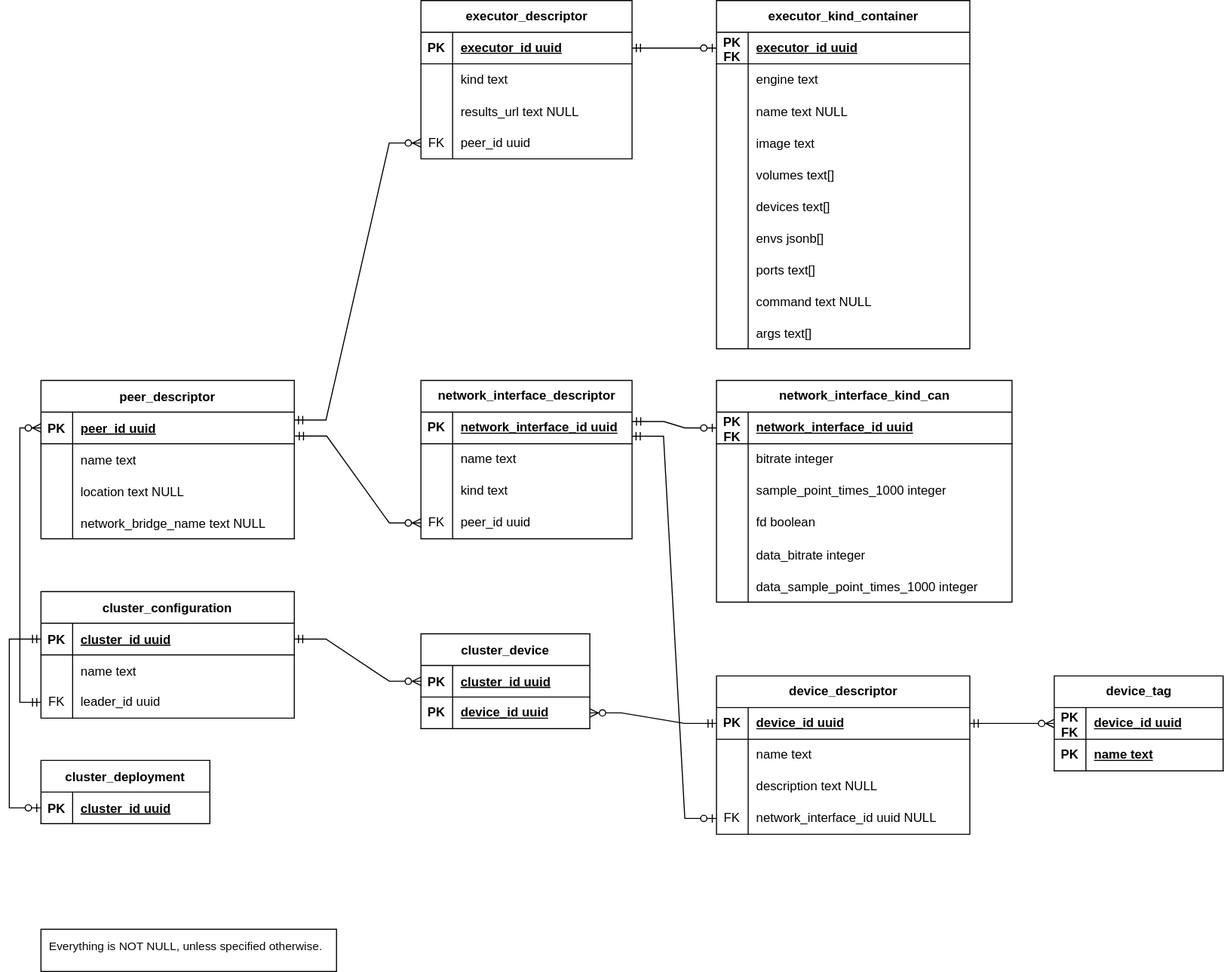
eclipse-opendut/opendut keeps this draw.io diagram as doc/src/architecture/carl/img/database-schema.svg. Above is the earlier version. Source tidied: cells renumbered, new cells last; positions are measured from the earlier drawing's top-left corner, leaving out a move shared by most shapes.
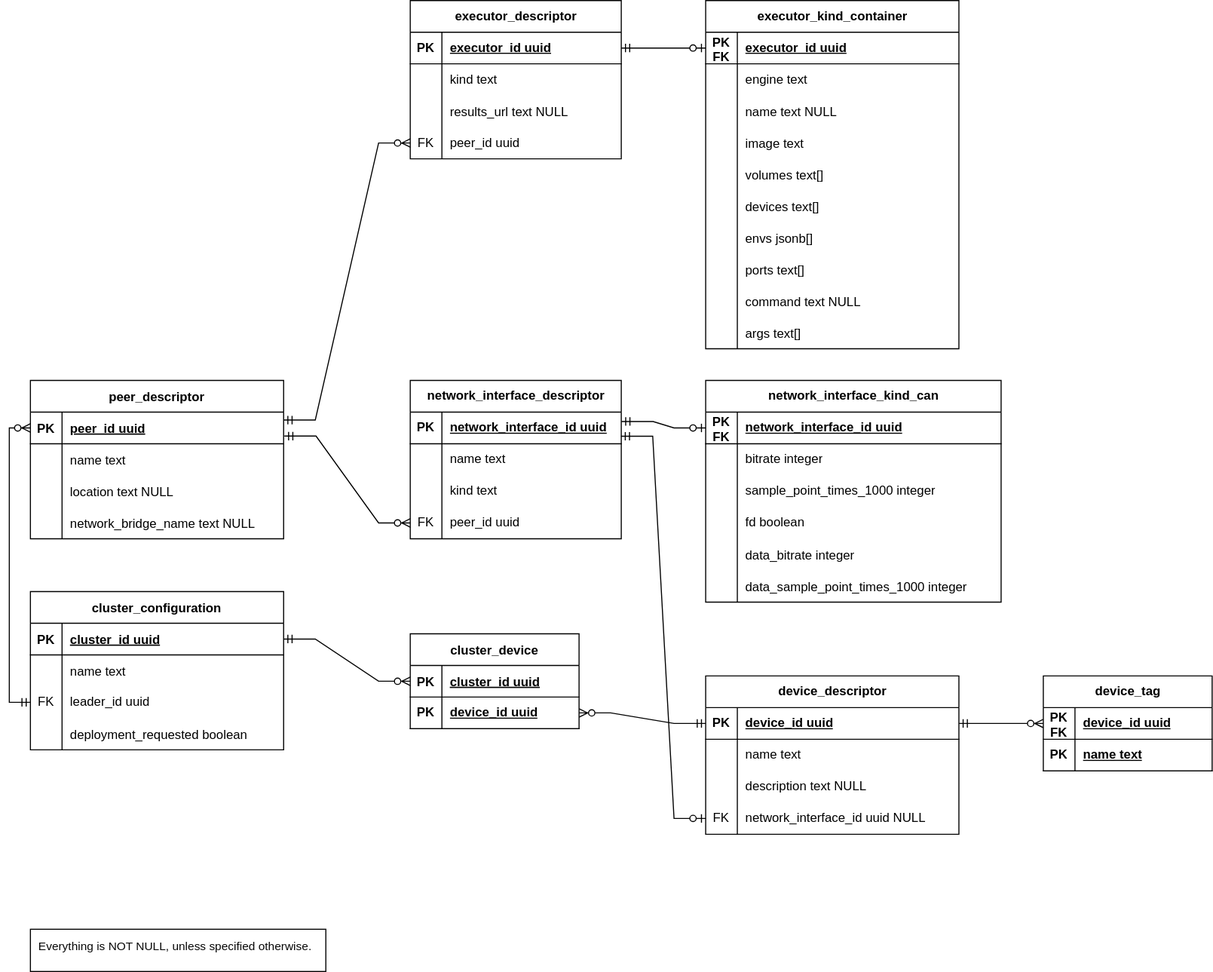
The same diagram one commit later.

What changed in the source:
```diff
@@ -210,7 +210,7 @@
       <mxGeometry relative="1" as="geometry" />
     </mxCell>
     <mxCell id="71" value="cluster_configuration" style="shape=table;startSize=30;rowLines=0;fontStyle=1;align=center;" parent="1" vertex="1">
-      <mxGeometry x="30" y="560" width="240" height="120" as="geometry" />
+      <mxGeometry x="30" y="560" width="240" height="150" as="geometry" />
     </mxCell>
     <mxCell id="72" style="shape=partialRectangle;fillColor=none;points=[[0,0.5],[1,0.5]];portConstraint=eastwest;top=0;left=0;right=0;bottom=1;" parent="71" vertex="1">
       <mxGeometry y="30" width="240" height="30" as="geometry" />
@@ -239,6 +239,15 @@
     <mxCell id="80" value="leader_id uuid" style="shape=partialRectangle;fillColor=none;top=0;left=0;bottom=0;right=0;align=left;spacingLeft=6;fontStyle=0;overflow=hidden;whiteSpace=wrap;html=1;" parent="78" vertex="1">
       <mxGeometry x="30" width="210" height="30" as="geometry" />
     </mxCell>
+    <mxCell id="143" style="shape=tableRow;horizontal=0;startSize=0;swimlaneHead=0;swimlaneBody=0;fillColor=none;top=0;left=0;right=0;bottom=0;" parent="71" vertex="1">
+      <mxGeometry y="120" width="240" height="30" as="geometry" />
+    </mxCell>
+    <mxCell id="144" style="shape=partialRectangle;fillColor=none;top=0;left=0;bottom=0;right=0;overflow=hidden;" parent="143" vertex="1">
+      <mxGeometry width="30" height="30" as="geometry" />
+    </mxCell>
+    <mxCell id="145" value="deployment_requested boolean" style="shape=partialRectangle;fillColor=none;top=0;left=0;bottom=0;right=0;align=left;spacingLeft=6;overflow=hidden;" parent="143" vertex="1">
+      <mxGeometry x="30" width="210" height="30" as="geometry" />
+    </mxCell>
     <mxCell id="81" style="edgeStyle=orthogonalEdgeStyle;fontSize=12;html=1;endArrow=ERzeroToMany;startArrow=ERmandOne;rounded=0;entryX=0;entryY=0.5;entryDx=0;entryDy=0;exitX=0;exitY=0.5;exitDx=0;exitDy=0;" parent="1" edge="1" source="78" target="3">
       <mxGeometry relative="1" as="geometry">
         <Array as="points">
@@ -274,26 +283,6 @@
     <mxCell id="90" style="edgeStyle=entityRelationEdgeStyle;fontSize=12;html=1;endArrow=ERzeroToMany;startArrow=ERmandOne;rounded=0;exitX=0;exitY=0.5;exitDx=0;exitDy=0;" parent="1" edge="1" source="51" target="86">
       <mxGeometry relative="1" as="geometry" />
     </mxCell>
-    <mxCell id="91" value="cluster_deployment" style="shape=table;startSize=30;rowLines=0;fontStyle=1;align=center;" parent="1" vertex="1">
-      <mxGeometry x="30" y="720" width="160" height="60" as="geometry" />
-    </mxCell>
-    <mxCell id="92" style="shape=partialRectangle;fillColor=none;points=[[0,0.5],[1,0.5]];portConstraint=eastwest;top=0;left=0;right=0;bottom=1;" parent="91" vertex="1">
-      <mxGeometry y="30" width="160" height="30" as="geometry" />
-    </mxCell>
-    <mxCell id="93" value="PK" style="shape=partialRectangle;overflow=hidden;fillColor=none;top=0;left=0;bottom=0;right=0;fontStyle=1;" parent="92" vertex="1">
-      <mxGeometry width="30" height="30" as="geometry" />
-    </mxCell>
-    <mxCell id="94" value="cluster_id uuid" style="shape=partialRectangle;overflow=hidden;fillColor=none;top=0;left=0;bottom=0;right=0;align=left;spacingLeft=6;fontStyle=5;" parent="92" vertex="1">
-      <mxGeometry x="30" width="130" height="30" as="geometry" />
-    </mxCell>
-    <mxCell id="95" style="edgeStyle=orthogonalEdgeStyle;fontSize=12;html=1;endArrow=ERzeroToOne;startArrow=ERmandOne;rounded=0;entryX=0;entryY=0.5;entryDx=0;entryDy=0;exitX=0;exitY=0.5;exitDx=0;exitDy=0;" parent="1" edge="1" source="72" target="92">
-      <mxGeometry relative="1" as="geometry">
-        <Array as="points">
-          <mxPoint y="605" />
-          <mxPoint y="765" />
-        </Array>
-      </mxGeometry>
-    </mxCell>
     <mxCell id="96" value="executor_descriptor" style="shape=table;startSize=30;rowLines=0;fontStyle=1;align=center;html=1;" parent="1" vertex="1">
       <mxGeometry x="390" width="200" height="150" as="geometry" />
     </mxCell>
```
